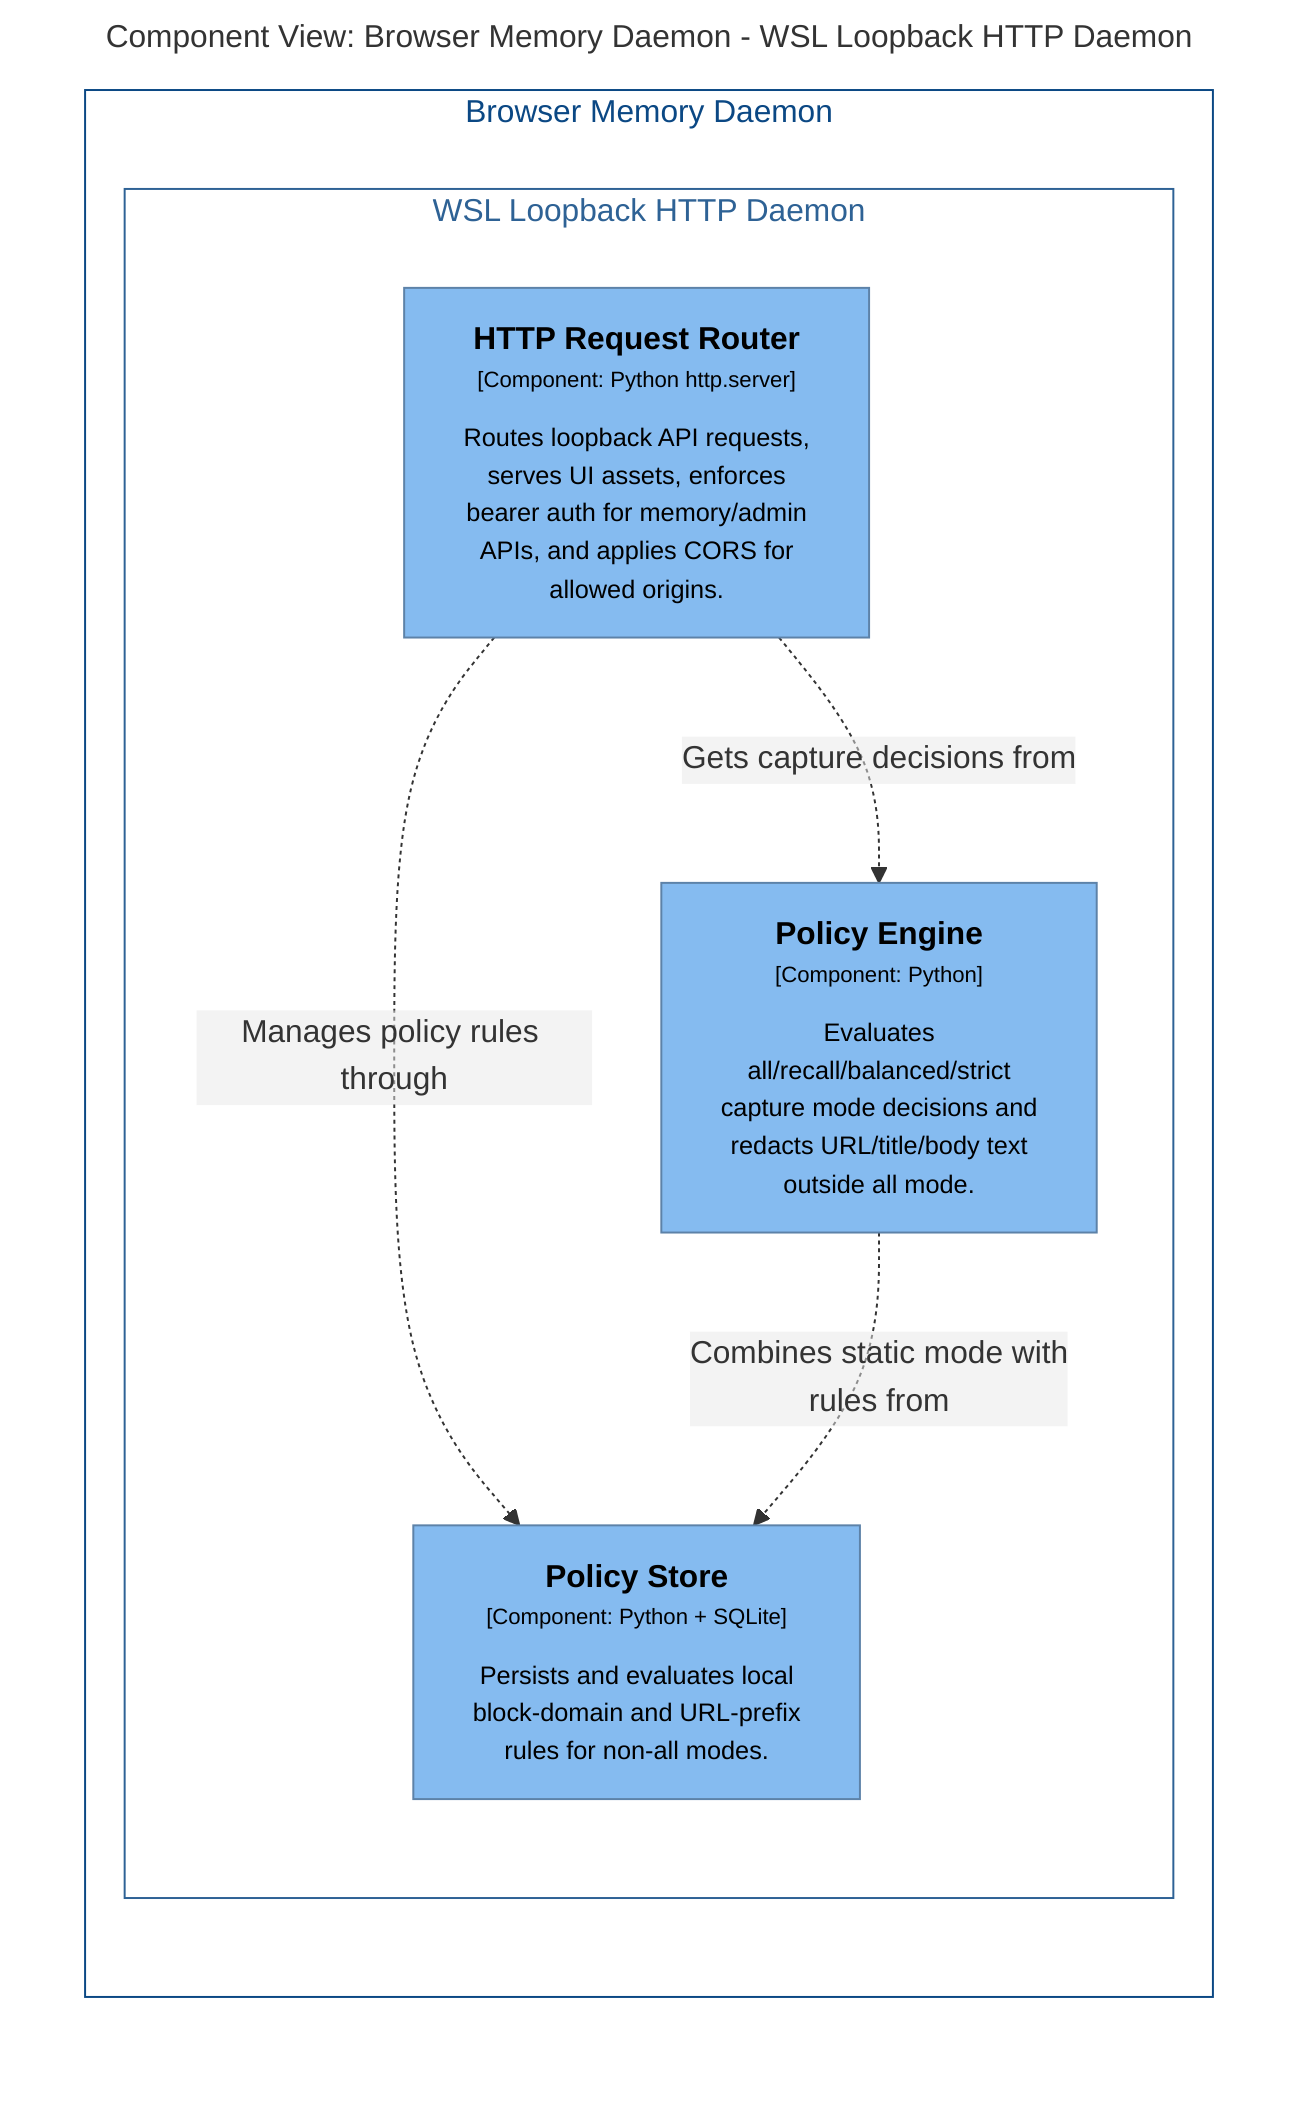
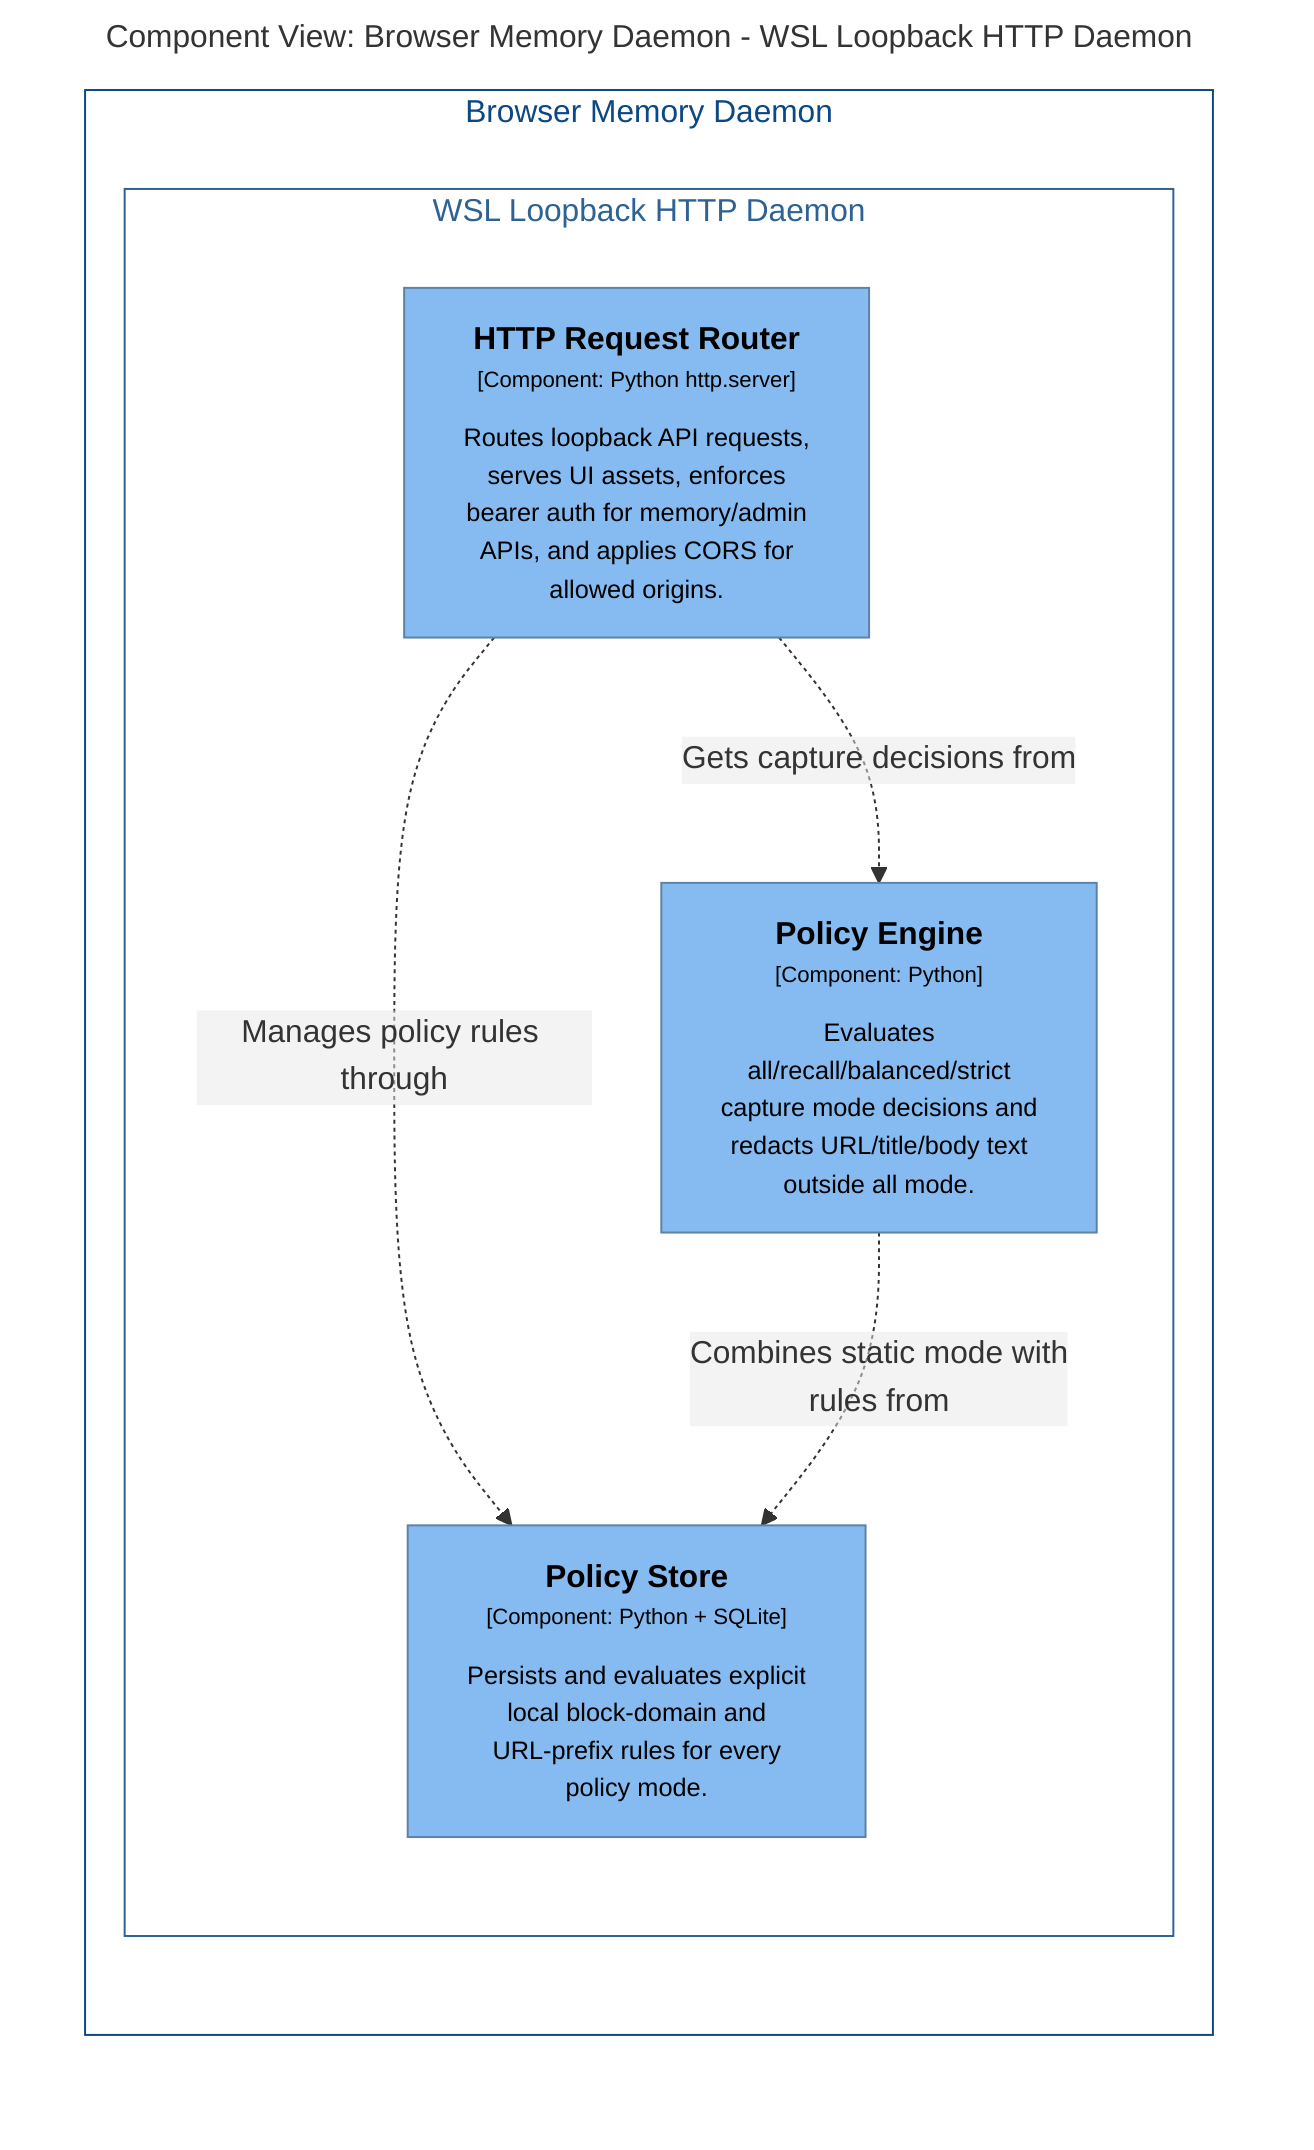
graph LR
  linkStyle default fill:#ffffff

  subgraph diagram ["Component View: Browser Memory Daemon - WSL Loopback HTTP Daemon"]
    style diagram fill:#ffffff,stroke:#ffffff

    subgraph 4 ["Browser Memory Daemon"]
      style 4 fill:#ffffff,stroke:#0b4884,color:#0b4884

      subgraph 14 ["WSL Loopback HTTP Daemon"]
        style 14 fill:#ffffff,stroke:#2e6295,color:#2e6295

        15["<div style='font-weight: bold'>HTTP Request Router</div><div style='font-size: 70%; margin-top: 0px'>[Component: Python http.server]</div><div style='font-size: 80%; margin-top:10px'>Routes loopback API requests,<br />serves UI assets, enforces<br />bearer auth for memory/admin<br />APIs, and applies CORS for<br />allowed origins.</div>"]
        style 15 fill:#85bbf0,stroke:#5d82a8,color:#000000
        16["<div style='font-weight: bold'>Policy Engine</div><div style='font-size: 70%; margin-top: 0px'>[Component: Python]</div><div style='font-size: 80%; margin-top:10px'>Evaluates<br />all/recall/balanced/strict<br />capture mode decisions and<br />redacts URL/title/body text<br />outside all mode.</div>"]
        style 16 fill:#85bbf0,stroke:#5d82a8,color:#000000
-         17["<div style='font-weight: bold'>Policy Store</div><div style='font-size: 70%; margin-top: 0px'>[Component: Python + SQLite]</div><div style='font-size: 80%; margin-top:10px'>Persists and evaluates local<br />block-domain and URL-prefix<br />rules for non-all modes.</div>"]
+         17["<div style='font-weight: bold'>Policy Store</div><div style='font-size: 70%; margin-top: 0px'>[Component: Python + SQLite]</div><div style='font-size: 80%; margin-top:10px'>Persists and evaluates explicit<br />local block-domain and<br />URL-prefix rules for every<br />policy mode.</div>"]
        style 17 fill:#85bbf0,stroke:#5d82a8,color:#000000
      end

    end

    15-. "<div>Gets capture decisions from</div><div style='font-size: 70%'></div>" .->16
    15-. "<div>Manages policy rules through</div><div style='font-size: 70%'></div>" .->17
    16-. "<div>Combines static mode with<br />rules from</div><div style='font-size: 70%'></div>" .->17

  end